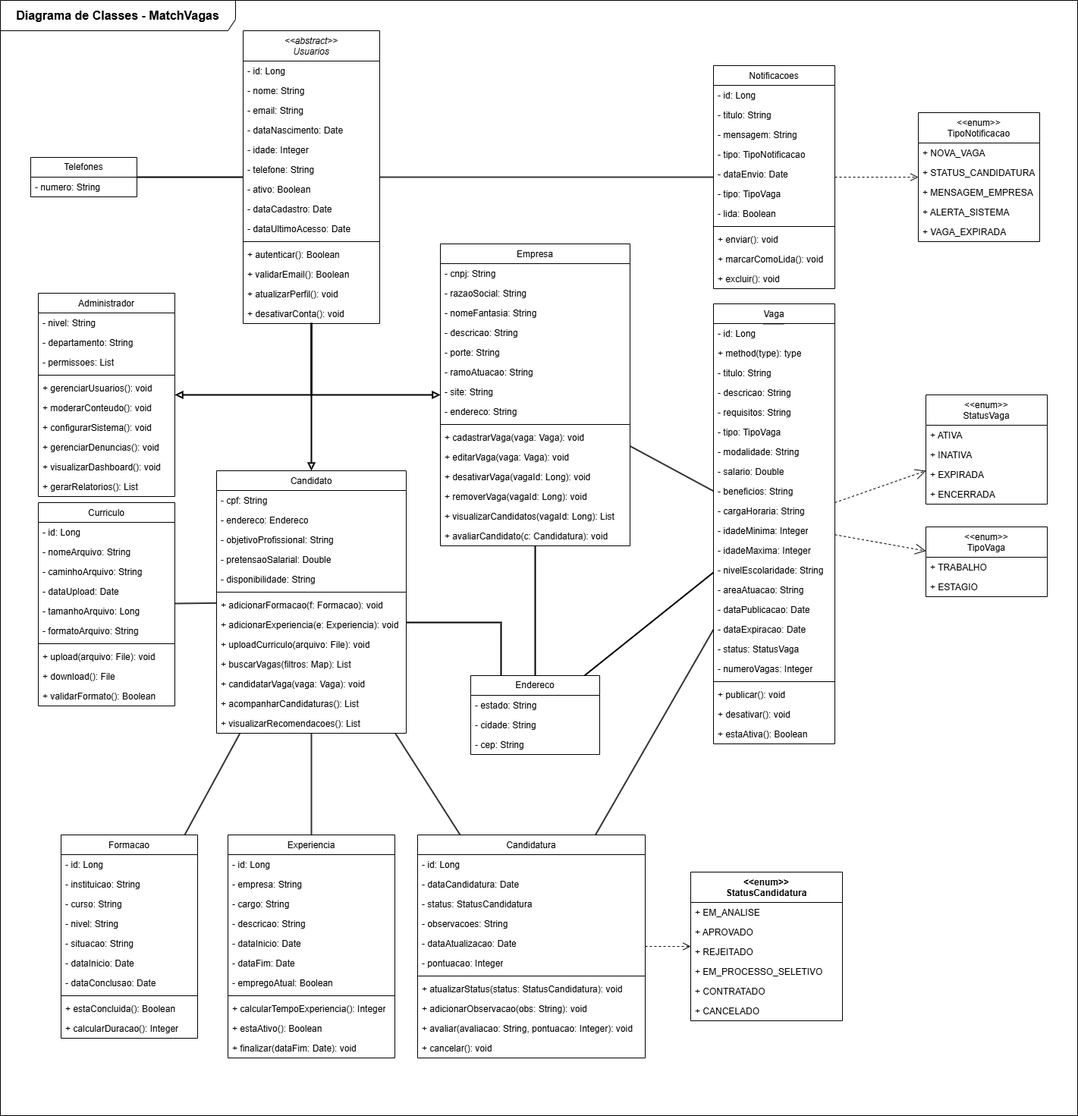
This is Diagramas/Diagrama de Classes/Diagrama de Classes.png from MatchVagas/Documentation, a draw.io export, as it was before one commit. Source tidied: cells renumbered, new cells last; positions are measured from the earlier drawing's top-left corner, leaving out a move shared by most shapes.
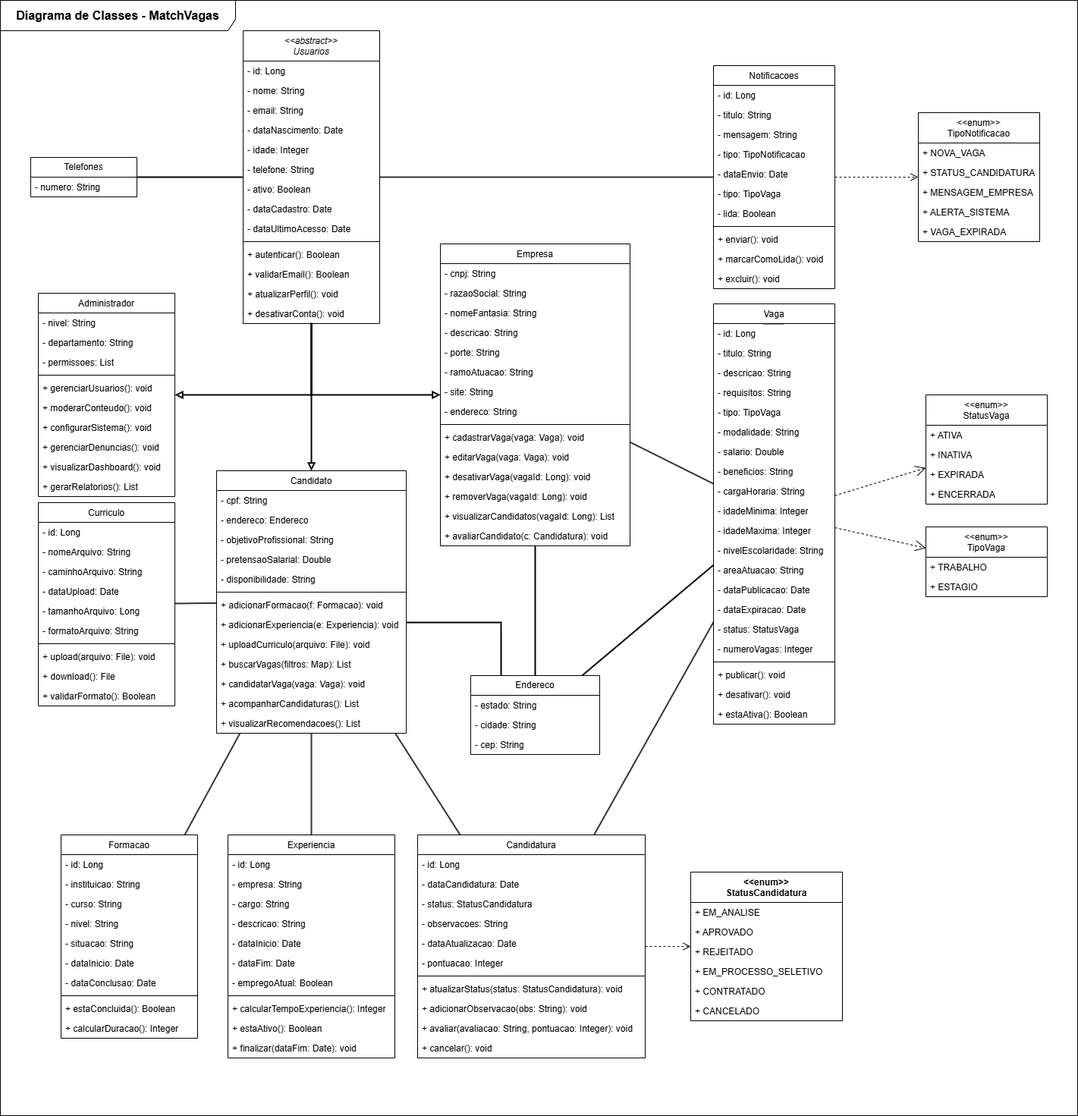
The same diagram one commit later.

Commit message:
pequenas correções na clase vagas no diagrama de classes

Diff of the diagram source:
```diff
@@ -33,73 +33,70 @@
       <mxGeometry relative="1" as="geometry" />
     </mxCell>
     <mxCell id="12" value="&lt;span style=&quot;text-align: left;&quot;&gt;Vaga&lt;/span&gt;&lt;hr style=&quot;text-align: left;&quot;&gt;&lt;br&gt;&lt;span style=&quot;text-align: left;&quot;&gt;&lt;/span&gt;" style="swimlane;fontStyle=0;align=center;verticalAlign=top;horizontal=1;startSize=26;whiteSpace=wrap;html=1;" parent="1" vertex="1">
-      <mxGeometry x="940" y="400" width="160" height="580" as="geometry" />
+      <mxGeometry x="940" y="400" width="160" height="554" as="geometry" />
     </mxCell>
     <mxCell id="13" value="- id: Long" style="text;strokeColor=none;fillColor=none;align=left;verticalAlign=top;spacingLeft=4;spacingRight=4;overflow=hidden;whiteSpace=wrap;html=1;" parent="12" vertex="1">
       <mxGeometry y="26" width="160" height="26" as="geometry" />
     </mxCell>
-    <mxCell id="14" value="+ method(type): type" style="text;strokeColor=none;fillColor=none;align=left;verticalAlign=top;spacingLeft=4;spacingRight=4;overflow=hidden;whiteSpace=wrap;html=1;" parent="12" vertex="1">
-      <mxGeometry y="52" width="160" height="26" as="geometry" />
-    </mxCell>
     <mxCell id="15" value="- titulo: String" style="text;strokeColor=none;fillColor=none;align=left;verticalAlign=top;spacingLeft=4;spacingRight=4;overflow=hidden;whiteSpace=wrap;html=1;" parent="12" vertex="1">
-      <mxGeometry y="78" width="160" height="26" as="geometry" />
+      <mxGeometry y="52" width="160" height="26" as="geometry" />
     </mxCell>
     <mxCell id="16" value="- descricao: String" style="text;strokeColor=none;fillColor=none;align=left;verticalAlign=top;spacingLeft=4;spacingRight=4;overflow=hidden;whiteSpace=wrap;html=1;" parent="12" vertex="1">
-      <mxGeometry y="104" width="160" height="26" as="geometry" />
+      <mxGeometry y="78" width="160" height="26" as="geometry" />
     </mxCell>
     <mxCell id="17" value="- requisitos: String" style="text;strokeColor=none;fillColor=none;align=left;verticalAlign=top;spacingLeft=4;spacingRight=4;overflow=hidden;whiteSpace=wrap;html=1;" parent="12" vertex="1">
-      <mxGeometry y="130" width="160" height="26" as="geometry" />
+      <mxGeometry y="104" width="160" height="26" as="geometry" />
     </mxCell>
     <mxCell id="18" value="- tipo: TipoVaga" style="text;strokeColor=none;fillColor=none;align=left;verticalAlign=top;spacingLeft=4;spacingRight=4;overflow=hidden;whiteSpace=wrap;html=1;" parent="12" vertex="1">
-      <mxGeometry y="156" width="160" height="26" as="geometry" />
+      <mxGeometry y="130" width="160" height="26" as="geometry" />
     </mxCell>
     <mxCell id="19" value="- modalidade: String" style="text;strokeColor=none;fillColor=none;align=left;verticalAlign=top;spacingLeft=4;spacingRight=4;overflow=hidden;whiteSpace=wrap;html=1;" parent="12" vertex="1">
-      <mxGeometry y="182" width="160" height="26" as="geometry" />
+      <mxGeometry y="156" width="160" height="26" as="geometry" />
     </mxCell>
     <mxCell id="20" value="- salario: Double" style="text;strokeColor=none;fillColor=none;align=left;verticalAlign=top;spacingLeft=4;spacingRight=4;overflow=hidden;whiteSpace=wrap;html=1;" parent="12" vertex="1">
-      <mxGeometry y="208" width="160" height="26" as="geometry" />
+      <mxGeometry y="182" width="160" height="26" as="geometry" />
     </mxCell>
     <mxCell id="21" value="- beneficios: String" style="text;strokeColor=none;fillColor=none;align=left;verticalAlign=top;spacingLeft=4;spacingRight=4;overflow=hidden;whiteSpace=wrap;html=1;" parent="12" vertex="1">
-      <mxGeometry y="234" width="160" height="26" as="geometry" />
+      <mxGeometry y="208" width="160" height="26" as="geometry" />
     </mxCell>
     <mxCell id="22" value="- cargaHoraria: String" style="text;strokeColor=none;fillColor=none;align=left;verticalAlign=top;spacingLeft=4;spacingRight=4;overflow=hidden;whiteSpace=wrap;html=1;" parent="12" vertex="1">
-      <mxGeometry y="260" width="160" height="26" as="geometry" />
+      <mxGeometry y="234" width="160" height="26" as="geometry" />
     </mxCell>
     <mxCell id="23" value="- idadeMinima: Integer" style="text;strokeColor=none;fillColor=none;align=left;verticalAlign=top;spacingLeft=4;spacingRight=4;overflow=hidden;whiteSpace=wrap;html=1;" parent="12" vertex="1">
-      <mxGeometry y="286" width="160" height="26" as="geometry" />
+      <mxGeometry y="260" width="160" height="26" as="geometry" />
     </mxCell>
     <mxCell id="24" value="- idadeMaxima: Integer" style="text;strokeColor=none;fillColor=none;align=left;verticalAlign=top;spacingLeft=4;spacingRight=4;overflow=hidden;whiteSpace=wrap;html=1;" parent="12" vertex="1">
-      <mxGeometry y="312" width="160" height="26" as="geometry" />
+      <mxGeometry y="286" width="160" height="26" as="geometry" />
     </mxCell>
     <mxCell id="25" value="- nivelEscolaridade: String" style="text;strokeColor=none;fillColor=none;align=left;verticalAlign=top;spacingLeft=4;spacingRight=4;overflow=hidden;whiteSpace=wrap;html=1;" parent="12" vertex="1">
-      <mxGeometry y="338" width="160" height="26" as="geometry" />
+      <mxGeometry y="312" width="160" height="26" as="geometry" />
     </mxCell>
     <mxCell id="26" value="- areaAtuacao: String" style="text;strokeColor=none;fillColor=none;align=left;verticalAlign=top;spacingLeft=4;spacingRight=4;overflow=hidden;whiteSpace=wrap;html=1;" parent="12" vertex="1">
-      <mxGeometry y="364" width="160" height="26" as="geometry" />
+      <mxGeometry y="338" width="160" height="26" as="geometry" />
     </mxCell>
     <mxCell id="27" value="- dataPublicacao: Date" style="text;strokeColor=none;fillColor=none;align=left;verticalAlign=top;spacingLeft=4;spacingRight=4;overflow=hidden;whiteSpace=wrap;html=1;" parent="12" vertex="1">
-      <mxGeometry y="390" width="160" height="26" as="geometry" />
+      <mxGeometry y="364" width="160" height="26" as="geometry" />
     </mxCell>
     <mxCell id="28" value="- dataExpiracao: Date" style="text;strokeColor=none;fillColor=none;align=left;verticalAlign=top;spacingLeft=4;spacingRight=4;overflow=hidden;whiteSpace=wrap;html=1;" parent="12" vertex="1">
-      <mxGeometry y="416" width="160" height="26" as="geometry" />
+      <mxGeometry y="390" width="160" height="26" as="geometry" />
     </mxCell>
     <mxCell id="29" value="- status: StatusVaga" style="text;strokeColor=none;fillColor=none;align=left;verticalAlign=top;spacingLeft=4;spacingRight=4;overflow=hidden;whiteSpace=wrap;html=1;" parent="12" vertex="1">
-      <mxGeometry y="442" width="160" height="26" as="geometry" />
+      <mxGeometry y="416" width="160" height="26" as="geometry" />
     </mxCell>
     <mxCell id="30" value="- numeroVagas: Integer" style="text;strokeColor=none;fillColor=none;align=left;verticalAlign=top;spacingLeft=4;spacingRight=4;overflow=hidden;whiteSpace=wrap;html=1;" parent="12" vertex="1">
-      <mxGeometry y="468" width="160" height="26" as="geometry" />
+      <mxGeometry y="442" width="160" height="26" as="geometry" />
     </mxCell>
     <mxCell id="31" style="line;strokeWidth=1;fillColor=none;align=left;verticalAlign=middle;spacingTop=-1;spacingLeft=3;spacingRight=3;labelPosition=right;strokeColor=inherit;" parent="12" vertex="1">
-      <mxGeometry y="494" width="160" height="8" as="geometry" />
+      <mxGeometry y="468" width="160" height="8" as="geometry" />
     </mxCell>
     <mxCell id="32" value="+ publicar(): void" style="text;strokeColor=none;fillColor=none;align=left;verticalAlign=top;spacingLeft=4;spacingRight=4;overflow=hidden;whiteSpace=wrap;html=1;" parent="12" vertex="1">
-      <mxGeometry y="502" width="160" height="26" as="geometry" />
+      <mxGeometry y="476" width="160" height="26" as="geometry" />
     </mxCell>
     <mxCell id="33" value="+ desativar(): void" style="text;strokeColor=none;fillColor=none;align=left;verticalAlign=top;spacingLeft=4;spacingRight=4;overflow=hidden;whiteSpace=wrap;html=1;" parent="12" vertex="1">
-      <mxGeometry y="528" width="160" height="26" as="geometry" />
+      <mxGeometry y="502" width="160" height="26" as="geometry" />
     </mxCell>
     <mxCell id="34" value="+ estaAtiva(): Boolean" style="text;strokeColor=none;fillColor=none;align=left;verticalAlign=top;spacingLeft=4;spacingRight=4;overflow=hidden;whiteSpace=wrap;html=1;" parent="12" vertex="1">
-      <mxGeometry y="554" width="160" height="26" as="geometry" />
+      <mxGeometry y="528" width="160" height="26" as="geometry" />
     </mxCell>
     <mxCell id="35" value="&lt;span style=&quot;font-weight: normal;&quot;&gt;&amp;lt;&amp;lt;enum&amp;gt;&amp;gt;&lt;/span&gt;&lt;div&gt;&lt;span style=&quot;font-weight: normal;&quot;&gt;StatusVaga&lt;/span&gt;&lt;/div&gt;" style="swimlane;fontStyle=1;align=center;verticalAlign=top;horizontal=1;startSize=40;whiteSpace=wrap;html=1;" parent="1" vertex="1">
       <mxGeometry x="1220" y="520" width="160" height="144" as="geometry" />
```
